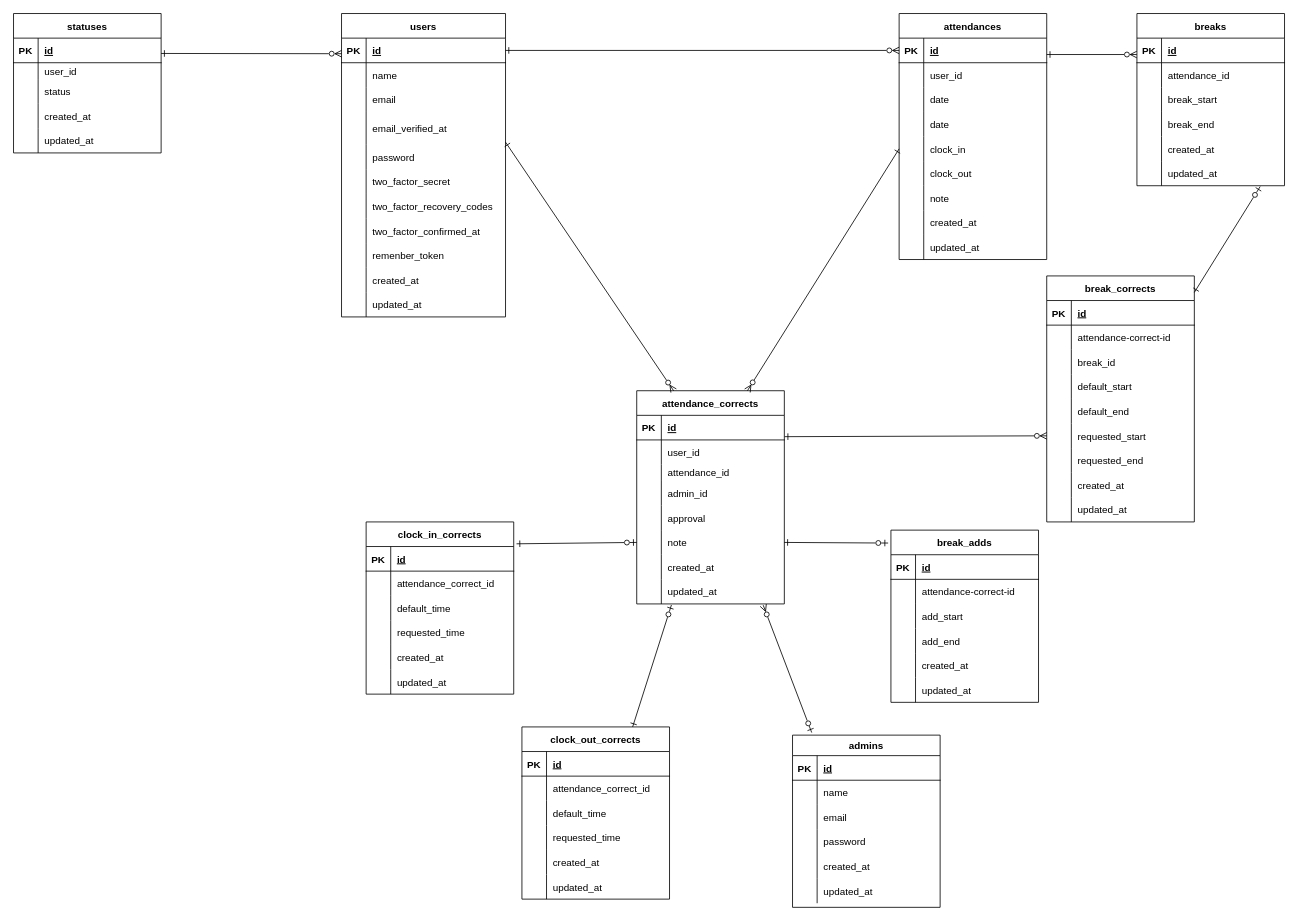
Before: src/database/er.drawio in NaoyaNoro/coachtech-attendance, a draw.io diagram. Source tidied: cells renumbered, new cells numbered last; positions are measured from the earlier drawing's top-left corner, leaving out a move shared by most shapes. Both pictures are drawn from the tidied source at 82%, with x=0, y=0 at pixel (13, 13).
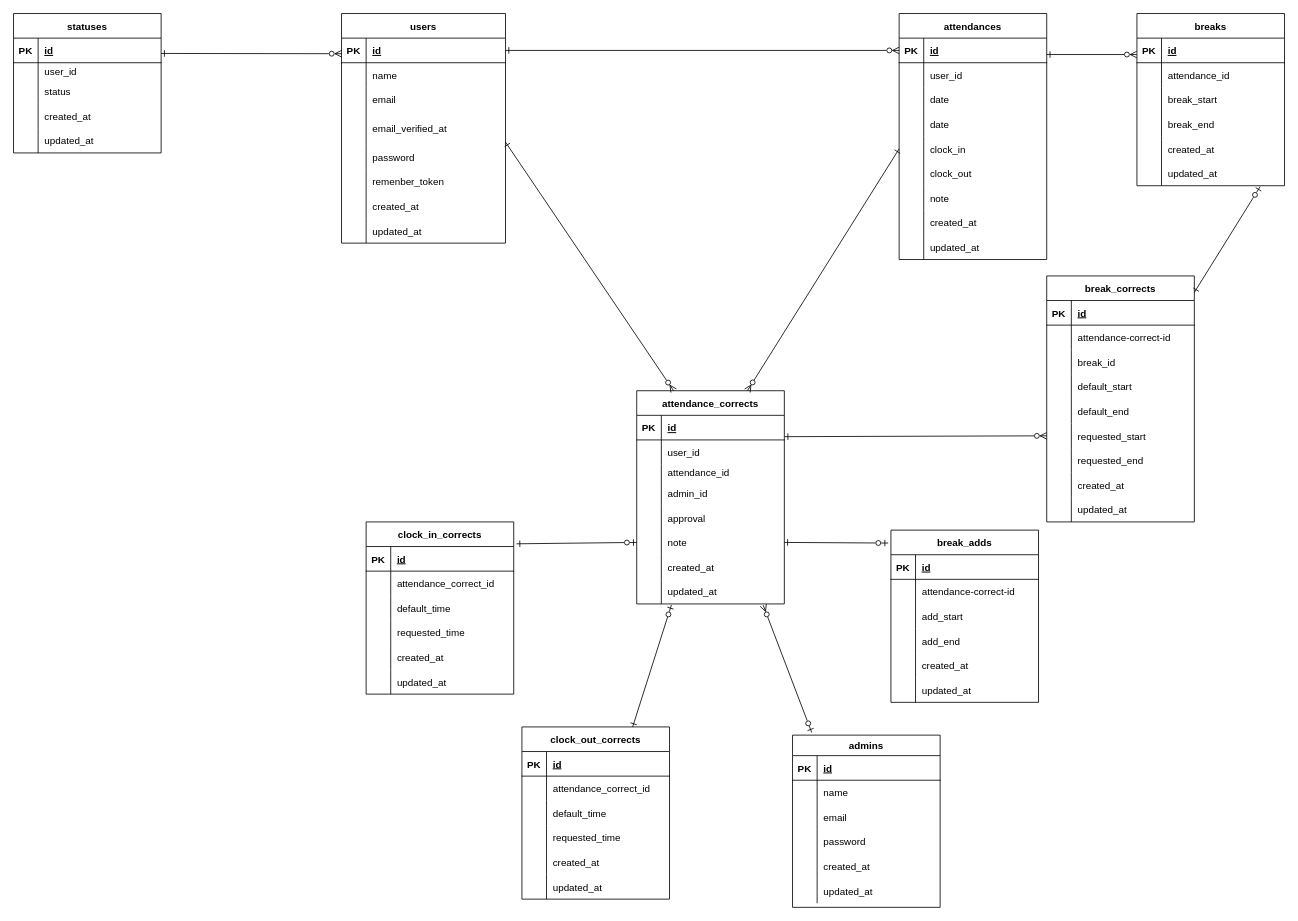
After the change.

Diff of the diagram source:
```diff
@@
     <mxCell id="30" value="users" style="shape=table;startSize=30;childLayout=tableLayout;rowLines=0;fontStyle=1;align=center;" parent="1" vertex="1">
-      <mxGeometry x="400" width="200" height="370" as="geometry" />
+      <mxGeometry x="400" width="200" height="280" as="geometry" />
     </mxCell>
@@
-    <mxCell id="46" style="shape=tableRow;horizontal=0;startSize=0;swimlaneHead=0;swimlaneBody=0;fillColor=none;top=0;left=0;right=0;bottom=0;shadow=0;" parent="30" vertex="1">
-      <mxGeometry y="190" width="200" height="30" as="geometry" />
-    </mxCell>
-    <mxCell id="47" style="shape=partialRectangle;fillColor=none;top=0;left=0;bottom=0;right=0;overflow=hidden;" parent="46" vertex="1">
-      <mxGeometry width="30" height="30" as="geometry" />
-    </mxCell>
-    <mxCell id="48" value="two_factor_secret" style="shape=partialRectangle;fillColor=none;top=0;left=0;bottom=0;right=0;align=left;spacingLeft=6;overflow=hidden;" parent="46" vertex="1">
-      <mxGeometry x="30" width="170" height="30" as="geometry" />
-    </mxCell>
-    <mxCell id="49" style="shape=tableRow;horizontal=0;startSize=0;swimlaneHead=0;swimlaneBody=0;fillColor=none;top=0;left=0;right=0;bottom=0;shadow=0;" parent="30" vertex="1">
-      <mxGeometry y="220" width="200" height="30" as="geometry" />
-    </mxCell>
-    <mxCell id="50" style="shape=partialRectangle;fillColor=none;top=0;left=0;bottom=0;right=0;overflow=hidden;" parent="49" vertex="1">
-      <mxGeometry width="30" height="30" as="geometry" />
-    </mxCell>
-    <mxCell id="51" value="two_factor_recovery_codes" style="shape=partialRectangle;fillColor=none;top=0;left=0;bottom=0;right=0;align=left;spacingLeft=6;overflow=hidden;" parent="49" vertex="1">
-      <mxGeometry x="30" width="170" height="30" as="geometry" />
-    </mxCell>
-    <mxCell id="52" style="shape=tableRow;horizontal=0;startSize=0;swimlaneHead=0;swimlaneBody=0;fillColor=none;top=0;left=0;right=0;bottom=0;shadow=0;" parent="30" vertex="1">
-      <mxGeometry y="250" width="200" height="30" as="geometry" />
-    </mxCell>
-    <mxCell id="53" style="shape=partialRectangle;fillColor=none;top=0;left=0;bottom=0;right=0;overflow=hidden;" parent="52" vertex="1">
-      <mxGeometry width="30" height="30" as="geometry" />
-    </mxCell>
-    <mxCell id="54" value="two_factor_confirmed_at" style="shape=partialRectangle;fillColor=none;top=0;left=0;bottom=0;right=0;align=left;spacingLeft=6;overflow=hidden;" parent="52" vertex="1">
-      <mxGeometry x="30" width="170" height="30" as="geometry" />
-    </mxCell>
     <mxCell id="55" style="shape=tableRow;horizontal=0;startSize=0;swimlaneHead=0;swimlaneBody=0;fillColor=none;top=0;left=0;right=0;bottom=0;shadow=0;" parent="30" vertex="1">
-      <mxGeometry y="280" width="200" height="30" as="geometry" />
+      <mxGeometry y="190" width="200" height="30" as="geometry" />
     </mxCell>
@@
     <mxCell id="58" style="shape=tableRow;horizontal=0;startSize=0;swimlaneHead=0;swimlaneBody=0;fillColor=none;top=0;left=0;right=0;bottom=0;shadow=0;" parent="30" vertex="1">
-      <mxGeometry y="310" width="200" height="30" as="geometry" />
+      <mxGeometry y="220" width="200" height="30" as="geometry" />
     </mxCell>
@@
     <mxCell id="61" style="shape=tableRow;horizontal=0;startSize=0;swimlaneHead=0;swimlaneBody=0;fillColor=none;top=0;left=0;right=0;bottom=0;shadow=0;" parent="30" vertex="1">
-      <mxGeometry y="340" width="200" height="30" as="geometry" />
+      <mxGeometry y="250" width="200" height="30" as="geometry" />
     </mxCell>
```
